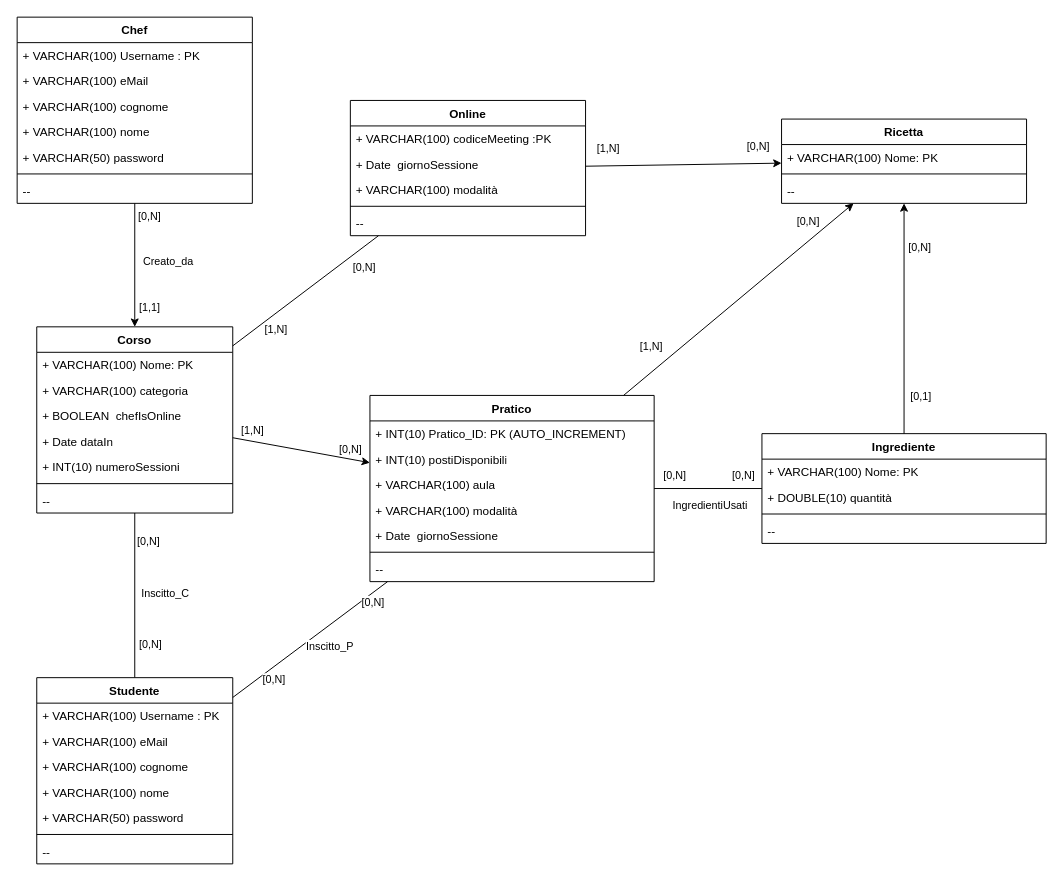
This is page "umlRistrutturato" (2 of 3) of bdd/uml/UML1.drawio from MetisWastaken/UninaFoodLab, a draw.io file, before an edit. Source tidied: cells renumbered, new cells numbered last; positions are measured from the earlier drawing's top-left corner, leaving out a move shared by most shapes. Both pictures are drawn from the tidied source at 98%, with x=0, y=0 at pixel (17, 17).
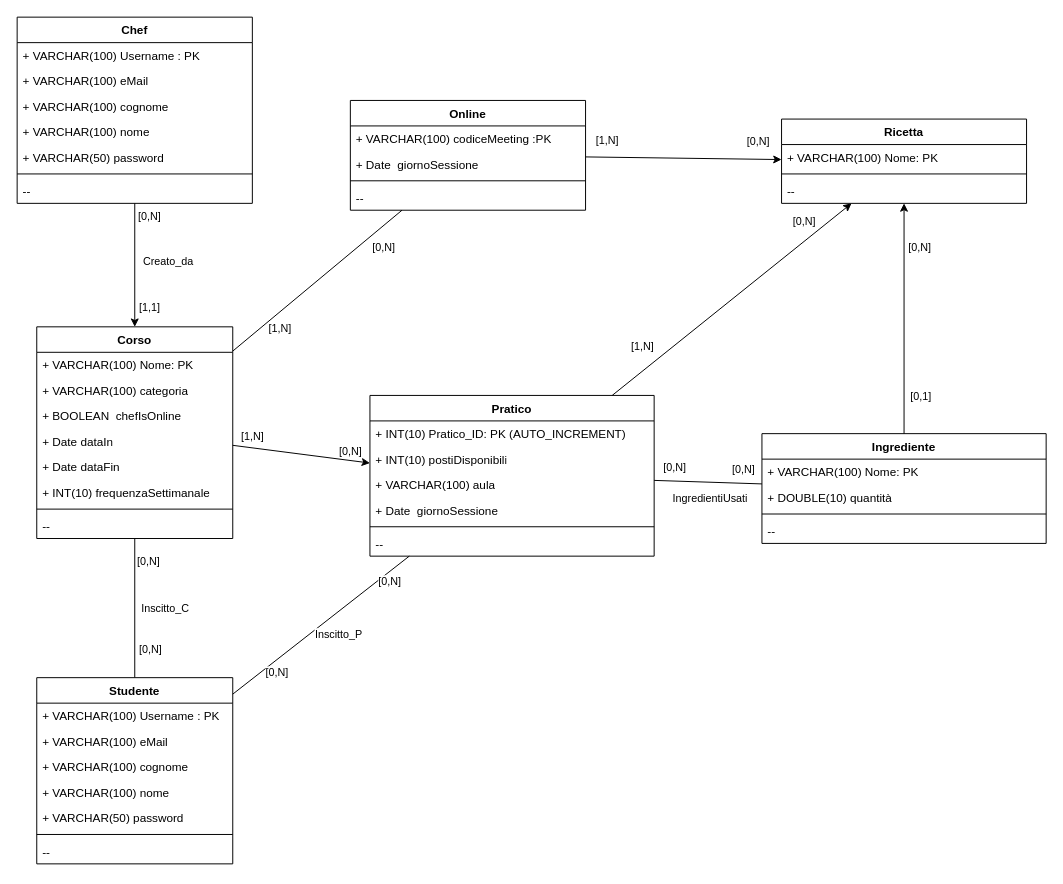
After the change.

Change to the diagram source:
```diff
@@
     <mxCell id="6" value="Corso" style="swimlane;align=center;verticalAlign=top;horizontal=1;startSize=26;whiteSpace=wrap;html=1;" parent="1" vertex="1">
-      <mxGeometry x="20" y="316" width="200" height="190" as="geometry" />
+      <mxGeometry x="20" y="316" width="200" height="216" as="geometry" />
     </mxCell>
@@
+    <mxCell id="80" value="+ Date dataFin" style="text;strokeColor=none;fillColor=none;align=left;verticalAlign=top;spacingLeft=4;spacingRight=4;overflow=hidden;whiteSpace=wrap;html=1;" parent="6" vertex="1">
+      <mxGeometry y="130" width="200" height="26" as="geometry" />
+    </mxCell>
-    <mxCell id="11" value="+ INT(10) numeroSessioni" style="text;strokeColor=none;fillColor=none;align=left;verticalAlign=top;spacingLeft=4;spacingRight=4;overflow=hidden;whiteSpace=wrap;html=1;" parent="6" vertex="1">
-      <mxGeometry y="130" width="200" height="26" as="geometry" />
+    <mxCell id="11" value="+ INT(10) frequenzaSettimanale" style="text;strokeColor=none;fillColor=none;align=left;verticalAlign=top;spacingLeft=4;spacingRight=4;overflow=hidden;whiteSpace=wrap;html=1;" parent="6" vertex="1">
+      <mxGeometry y="156" width="200" height="26" as="geometry" />
     </mxCell>
     <mxCell id="12" style="line;strokeWidth=1;fillColor=none;align=left;verticalAlign=middle;spacingTop=-1;spacingLeft=3;spacingRight=3;labelPosition=right;strokeColor=inherit;" parent="6" vertex="1">
-      <mxGeometry y="156" width="200" height="8" as="geometry" />
+      <mxGeometry y="182" width="200" height="8" as="geometry" />
     </mxCell>
     <mxCell id="13" value="--" style="text;strokeColor=none;fillColor=none;align=left;verticalAlign=top;spacingLeft=4;spacingRight=4;overflow=hidden;whiteSpace=wrap;html=1;" parent="6" vertex="1">
-      <mxGeometry y="164" width="200" height="26" as="geometry" />
+      <mxGeometry y="190" width="200" height="26" as="geometry" />
     </mxCell>
@@
     <mxCell id="35" value="Pratico" style="swimlane;align=center;verticalAlign=top;horizontal=1;startSize=26;whiteSpace=wrap;html=1;" parent="1" vertex="1">
-      <mxGeometry x="360" y="386" width="290" height="190" as="geometry" />
+      <mxGeometry x="360" y="386" width="290" height="164" as="geometry" />
     </mxCell>
@@
-    <mxCell id="39" value="+ VARCHAR(100)&amp;nbsp;modalità" style="text;strokeColor=none;fillColor=none;align=left;verticalAlign=top;spacingLeft=4;spacingRight=4;overflow=hidden;whiteSpace=wrap;html=1;" parent="35" vertex="1">
-      <mxGeometry y="104" width="290" height="26" as="geometry" />
-    </mxCell>
     <mxCell id="40" value="+ Date&amp;nbsp;&amp;nbsp;giornoSessione" style="text;strokeColor=none;fillColor=none;align=left;verticalAlign=top;spacingLeft=4;spacingRight=4;overflow=hidden;whiteSpace=wrap;html=1;" parent="35" vertex="1">
-      <mxGeometry y="130" width="290" height="26" as="geometry" />
+      <mxGeometry y="104" width="290" height="26" as="geometry" />
     </mxCell>
     <mxCell id="41" style="line;strokeWidth=1;fillColor=none;align=left;verticalAlign=middle;spacingTop=-1;spacingLeft=3;spacingRight=3;labelPosition=right;strokeColor=inherit;" parent="35" vertex="1">
-      <mxGeometry y="156" width="290" height="8" as="geometry" />
+      <mxGeometry y="130" width="290" height="8" as="geometry" />
     </mxCell>
     <mxCell id="42" value="--" style="text;strokeColor=none;fillColor=none;align=left;verticalAlign=top;spacingLeft=4;spacingRight=4;overflow=hidden;whiteSpace=wrap;html=1;" parent="35" vertex="1">
-      <mxGeometry y="164" width="290" height="26" as="geometry" />
+      <mxGeometry y="138" width="290" height="26" as="geometry" />
     </mxCell>
@@
-    <mxCell id="64" style="edgeStyle=none;shape=connector;rounded=0;jettySize=auto;html=1;strokeColor=default;strokeWidth=1;align=center;verticalAlign=middle;endArrow=none;endFill=0;endSize=6;startArrow=classic;startFill=1;" parent="1" edge="1" source="35" target="6">
-      <mxGeometry relative="1" as="geometry" />
+    <mxCell id="64" style="edgeStyle=none;shape=connector;rounded=0;jettySize=auto;html=1;strokeColor=default;strokeWidth=1;align=center;verticalAlign=middle;endArrow=none;endFill=0;endSize=6;startArrow=classic;startFill=1;" parent="1" edge="1" target="6">
+      <mxGeometry relative="1" as="geometry">
+        <mxPoint x="360" y="455" as="sourcePoint" />
+      </mxGeometry>
     </mxCell>
@@
     <mxCell id="71" value="Online" style="swimlane;align=center;verticalAlign=top;horizontal=1;startSize=26;whiteSpace=wrap;html=1;" parent="1" vertex="1">
-      <mxGeometry x="340" y="85" width="240" height="138" as="geometry" />
+      <mxGeometry x="340" y="85" width="240" height="112" as="geometry" />
     </mxCell>
@@
-    <mxCell id="74" value="+ VARCHAR(100)&amp;nbsp;modalità" style="text;strokeColor=none;fillColor=none;align=left;verticalAlign=top;spacingLeft=4;spacingRight=4;overflow=hidden;whiteSpace=wrap;html=1;" parent="71" vertex="1">
-      <mxGeometry y="78" width="240" height="26" as="geometry" />
-    </mxCell>
     <mxCell id="75" style="line;strokeWidth=1;fillColor=none;align=left;verticalAlign=middle;spacingTop=-1;spacingLeft=3;spacingRight=3;labelPosition=right;strokeColor=inherit;" parent="71" vertex="1">
-      <mxGeometry y="104" width="240" height="8" as="geometry" />
+      <mxGeometry y="78" width="240" height="8" as="geometry" />
     </mxCell>
     <mxCell id="76" value="--" style="text;strokeColor=none;fillColor=none;align=left;verticalAlign=top;spacingLeft=4;spacingRight=4;overflow=hidden;whiteSpace=wrap;html=1;" parent="71" vertex="1">
-      <mxGeometry y="112" width="240" height="26" as="geometry" />
+      <mxGeometry y="86" width="240" height="26" as="geometry" />
     </mxCell>
```
